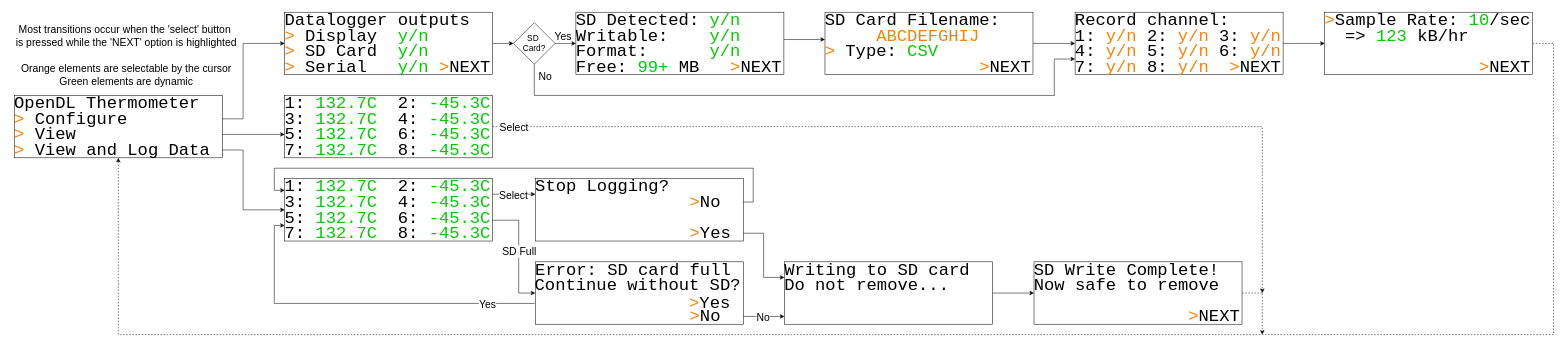
This is software/State Machine.drawio from RossPorter506/OpenDataLoggerThermometer, a draw.io file, before an edit. Source tidied: cells renumbered, new cells numbered last; positions are measured from the earlier drawing's top-left corner, leaving out a move shared by most shapes. Both pictures are drawn from the tidied source at 52%, with x=0, y=0 at pixel (9, 12).
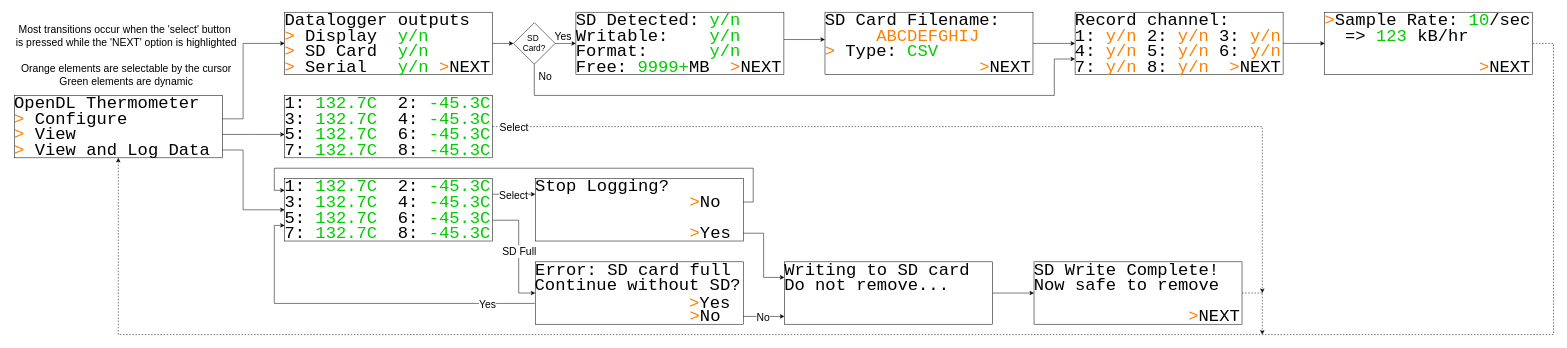
The same page after the edit.

Change to the diagram source:
```diff
@@
-    <mxCell id="32" value="&lt;font face=&quot;Courier New&quot;&gt;Free:&amp;nbsp;&lt;font color=&quot;#00cc00&quot;&gt;99+&lt;/font&gt; MB&amp;nbsp; &amp;nbsp;&lt;font color=&quot;#ff8000&quot;&gt;&amp;gt;&lt;/font&gt;NEXT&lt;br&gt;&lt;/font&gt;" style="text;html=1;align=left;verticalAlign=middle;whiteSpace=wrap;rounded=0;fontSize=33;spacingRight=0;spacingTop=0;spacing=0;imageHeight=24;fixedWidth=1;" parent="1" vertex="1">
+    <mxCell id="32" value="&lt;font face=&quot;Courier New&quot;&gt;Free:&amp;nbsp;&lt;font color=&quot;#00cc00&quot;&gt;9999+&lt;/font&gt;MB&amp;nbsp;&amp;nbsp;&lt;font color=&quot;#ff8000&quot;&gt;&amp;gt;&lt;/font&gt;NEXT&lt;br&gt;&lt;/font&gt;" style="text;html=1;align=left;verticalAlign=middle;whiteSpace=wrap;rounded=0;fontSize=33;spacingRight=0;spacingTop=0;spacing=0;imageHeight=24;fixedWidth=1;" parent="1" vertex="1">
       <mxGeometry x="1090" y="90" width="400" height="30" as="geometry" />
     </mxCell>
```
